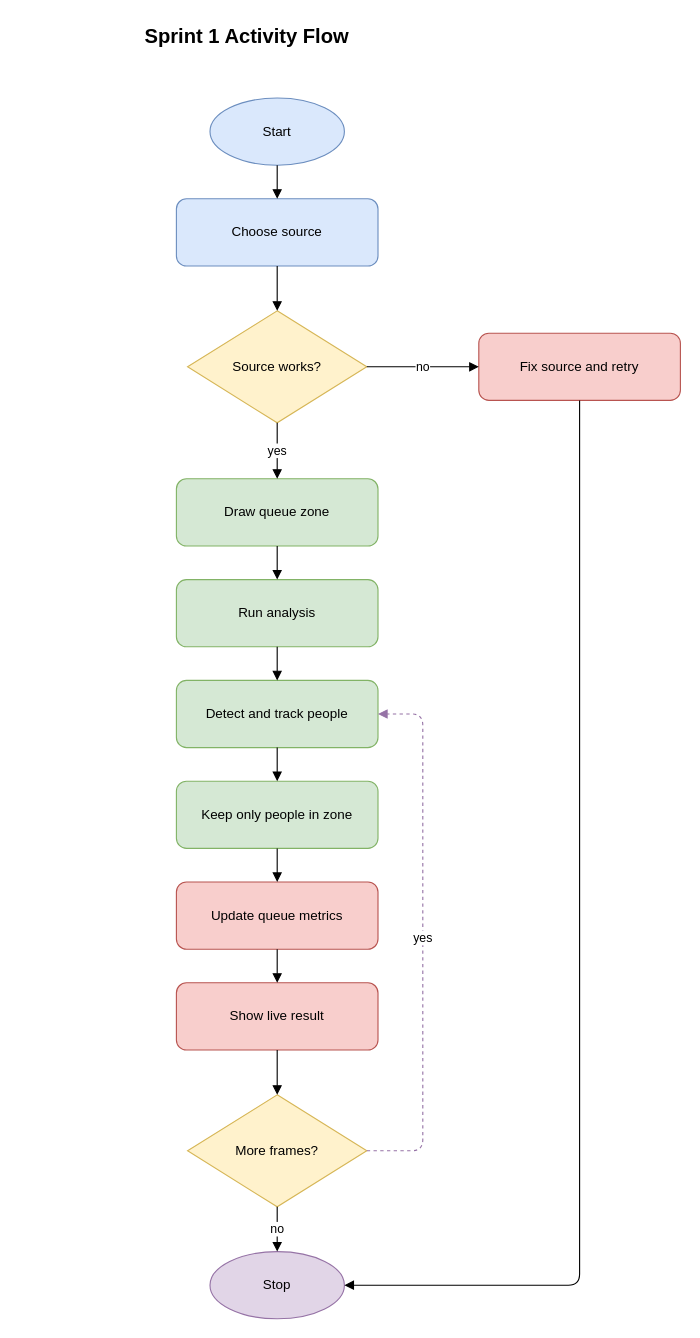
This is report-latex/figures/drawio/sprint1_activity.drawio from Salmen-BA21/Queue-Wait-Time-Estimation, a draw.io file, before an edit. Source tidied: cells renumbered, new cells numbered last; positions are measured from the earlier drawing's top-left corner, leaving out a move shared by most shapes. Both pictures are drawn from the tidied source at 112%, with x=0, y=0 at pixel (142, 19).
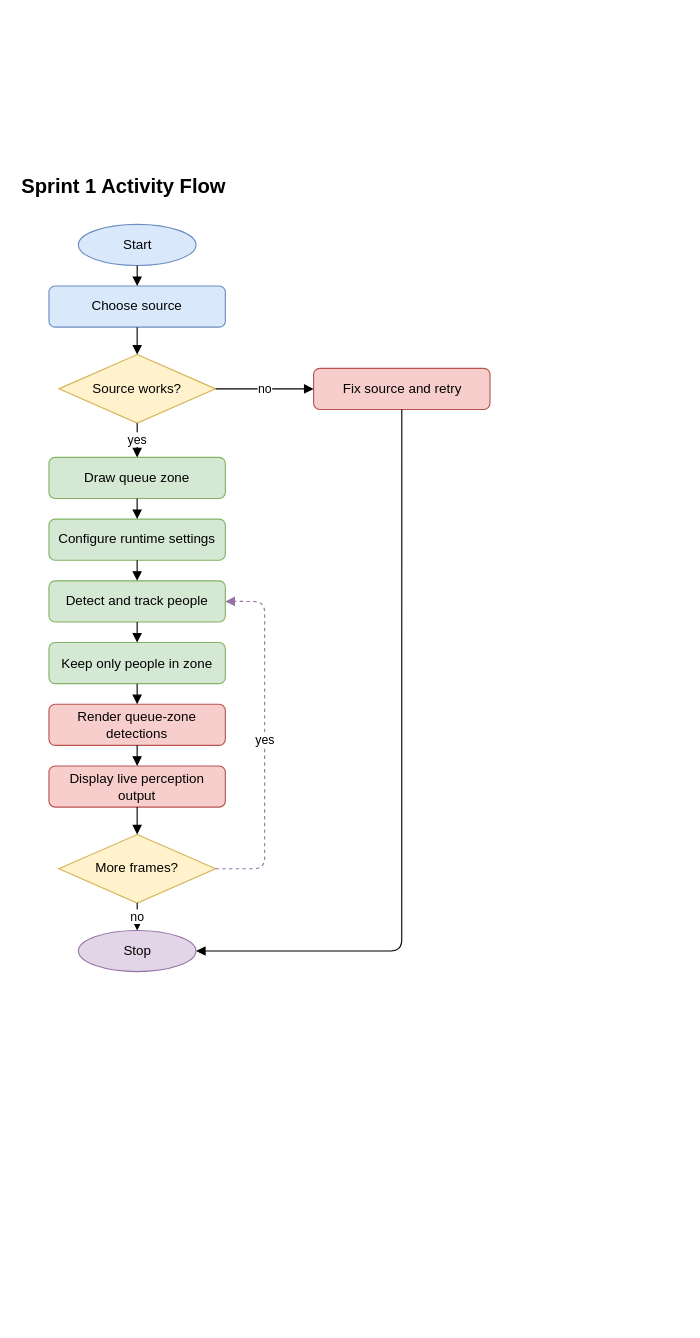
The same diagram, later.

Change to the diagram source:
```diff
@@
+    <mxCell id="28" style="group;" parent="1" vertex="1">
+      <mxGeometry x="-110" y="140" width="420" height="710" as="geometry" />
+    </mxCell>
-    <mxCell id="2" value="Sprint 1 Activity Flow" style="text;html=1;strokeColor=none;fillColor=none;align=left;verticalAlign=middle;fontStyle=1;fontSize=18;" parent="1" vertex="1">
-      <mxGeometry width="300" height="30" as="geometry" />
+    <mxCell id="2" value="Sprint 1 Activity Flow" style="text;html=1;strokeColor=none;fillColor=none;align=left;verticalAlign=middle;fontStyle=1;fontSize=18;" parent="28" vertex="1">
+      <mxGeometry width="262.5" height="18.4" as="geometry" />
     </mxCell>
-    <mxCell id="3" value="Start" style="ellipse;whiteSpace=wrap;html=1;fillColor=#dae8fc;strokeColor=#6c8ebf;" parent="1" vertex="1">
-      <mxGeometry x="60" y="70" width="120" height="60" as="geometry" />
+    <mxCell id="3" value="Start" style="ellipse;whiteSpace=wrap;html=1;fillColor=#dae8fc;strokeColor=#6c8ebf;" parent="28" vertex="1">
+      <mxGeometry x="52.5" y="42.8" width="105" height="36.7" as="geometry" />
     </mxCell>
-    <mxCell id="4" value="Choose source" style="rounded=1;whiteSpace=wrap;html=1;fillColor=#dae8fc;strokeColor=#6c8ebf;" parent="1" vertex="1">
-      <mxGeometry x="30" y="160" width="180" height="60" as="geometry" />
+    <mxCell id="4" value="Choose source" style="rounded=1;whiteSpace=wrap;html=1;fillColor=#dae8fc;strokeColor=#6c8ebf;" parent="28" vertex="1">
+      <mxGeometry x="26.2" y="97.9" width="157.5" height="36.7" as="geometry" />
     </mxCell>
-    <mxCell id="5" value="Source works?" style="rhombus;whiteSpace=wrap;html=1;fillColor=#fff2cc;strokeColor=#d6b656;" parent="1" vertex="1">
-      <mxGeometry x="40" y="260" width="160" height="100" as="geometry" />
+    <mxCell id="5" value="Source works?" style="rhombus;whiteSpace=wrap;html=1;fillColor=#fff2cc;strokeColor=#d6b656;" parent="28" vertex="1">
+      <mxGeometry x="35" y="159.1" width="140" height="61.2" as="geometry" />
     </mxCell>
-    <mxCell id="6" value="Draw queue zone" style="rounded=1;whiteSpace=wrap;html=1;fillColor=#d5e8d4;strokeColor=#82b366;" parent="1" vertex="1">
-      <mxGeometry x="30" y="410" width="180" height="60" as="geometry" />
+    <mxCell id="6" value="Draw queue zone" style="rounded=1;whiteSpace=wrap;html=1;fillColor=#d5e8d4;strokeColor=#82b366;" parent="28" vertex="1">
+      <mxGeometry x="26.2" y="250.9" width="157.5" height="36.7" as="geometry" />
     </mxCell>
-    <mxCell id="7" value="Run analysis" style="rounded=1;whiteSpace=wrap;html=1;fillColor=#d5e8d4;strokeColor=#82b366;" parent="1" vertex="1">
-      <mxGeometry x="30" y="500" width="180" height="60" as="geometry" />
+    <mxCell id="7" value="Configure runtime settings" style="rounded=1;whiteSpace=wrap;html=1;fillColor=#d5e8d4;strokeColor=#82b366;" parent="28" vertex="1">
+      <mxGeometry x="26.2" y="306" width="157.5" height="36.7" as="geometry" />
     </mxCell>
-    <mxCell id="8" value="Detect and track people" style="rounded=1;whiteSpace=wrap;html=1;fillColor=#d5e8d4;strokeColor=#82b366;" parent="1" vertex="1">
-      <mxGeometry x="30" y="590" width="180" height="60" as="geometry" />
+    <mxCell id="8" value="Detect and track people" style="rounded=1;whiteSpace=wrap;html=1;fillColor=#d5e8d4;strokeColor=#82b366;" parent="28" vertex="1">
+      <mxGeometry x="26.2" y="361.1" width="157.5" height="36.7" as="geometry" />
     </mxCell>
-    <mxCell id="9" value="Keep only people in zone" style="rounded=1;whiteSpace=wrap;html=1;fillColor=#d5e8d4;strokeColor=#82b366;" parent="1" vertex="1">
-      <mxGeometry x="30" y="680" width="180" height="60" as="geometry" />
+    <mxCell id="9" value="Keep only people in zone" style="rounded=1;whiteSpace=wrap;html=1;fillColor=#d5e8d4;strokeColor=#82b366;" parent="28" vertex="1">
+      <mxGeometry x="26.2" y="416.2" width="157.5" height="36.7" as="geometry" />
     </mxCell>
-    <mxCell id="10" value="Update queue metrics" style="rounded=1;whiteSpace=wrap;html=1;fillColor=#f8cecc;strokeColor=#b85450;" parent="1" vertex="1">
-      <mxGeometry x="30" y="770" width="180" height="60" as="geometry" />
+    <mxCell id="10" value="Render queue-zone detections" style="rounded=1;whiteSpace=wrap;html=1;fillColor=#f8cecc;strokeColor=#b85450;" parent="28" vertex="1">
+      <mxGeometry x="26.2" y="471.3" width="157.5" height="36.7" as="geometry" />
     </mxCell>
-    <mxCell id="11" value="Show live result" style="rounded=1;whiteSpace=wrap;html=1;fillColor=#f8cecc;strokeColor=#b85450;" parent="1" vertex="1">
-      <mxGeometry x="30" y="860" width="180" height="60" as="geometry" />
+    <mxCell id="11" value="Display live perception output" style="rounded=1;whiteSpace=wrap;html=1;fillColor=#f8cecc;strokeColor=#b85450;" parent="28" vertex="1">
+      <mxGeometry x="26.2" y="526.4" width="157.5" height="36.7" as="geometry" />
     </mxCell>
-    <mxCell id="12" value="More frames?" style="rhombus;whiteSpace=wrap;html=1;fillColor=#fff2cc;strokeColor=#d6b656;" parent="1" vertex="1">
-      <mxGeometry x="40" y="960" width="160" height="100" as="geometry" />
+    <mxCell id="12" value="More frames?" style="rhombus;whiteSpace=wrap;html=1;fillColor=#fff2cc;strokeColor=#d6b656;" parent="28" vertex="1">
+      <mxGeometry x="35" y="587.6" width="140" height="61.2" as="geometry" />
     </mxCell>
-    <mxCell id="13" value="Fix source and retry" style="rounded=1;whiteSpace=wrap;html=1;fillColor=#f8cecc;strokeColor=#b85450;" parent="1" vertex="1">
-      <mxGeometry x="300" y="280" width="180" height="60" as="geometry" />
+    <mxCell id="13" value="Fix source and retry" style="rounded=1;whiteSpace=wrap;html=1;fillColor=#f8cecc;strokeColor=#b85450;" parent="28" vertex="1">
+      <mxGeometry x="262.5" y="171.4" width="157.5" height="36.7" as="geometry" />
     </mxCell>
-    <mxCell id="14" value="Stop" style="ellipse;whiteSpace=wrap;html=1;fillColor=#e1d5e7;strokeColor=#9673a6;" parent="1" vertex="1">
-      <mxGeometry x="60" y="1100" width="120" height="60" as="geometry" />
+    <mxCell id="14" value="Stop" style="ellipse;whiteSpace=wrap;html=1;fillColor=#e1d5e7;strokeColor=#9673a6;" parent="28" vertex="1">
+      <mxGeometry x="52.5" y="673.3" width="105" height="36.7" as="geometry" />
     </mxCell>
-    <mxCell id="15" style="endArrow=block;html=1;" parent="1" edge="1" source="3" target="4">
+    <mxCell id="15" style="endArrow=block;html=1;" parent="28" edge="1" source="3" target="4">
       <mxGeometry relative="1" as="geometry" />
     </mxCell>
-    <mxCell id="16" style="endArrow=block;html=1;" parent="1" edge="1" source="4" target="5">
+    <mxCell id="16" style="endArrow=block;html=1;" parent="28" edge="1" source="4" target="5">
       <mxGeometry relative="1" as="geometry" />
     </mxCell>
-    <mxCell id="17" value="yes" style="endArrow=block;html=1;" parent="1" edge="1" source="5" target="6">
+    <mxCell id="17" value="yes" style="endArrow=block;html=1;" parent="28" edge="1" source="5" target="6">
       <mxGeometry relative="1" as="geometry" />
     </mxCell>
-    <mxCell id="18" value="no" style="endArrow=block;html=1;" parent="1" edge="1" source="5" target="13">
+    <mxCell id="18" value="no" style="endArrow=block;html=1;" parent="28" edge="1" source="5" target="13">
       <mxGeometry relative="1" as="geometry">
         <Array as="points">
-          <mxPoint x="270" y="310" />
+          <mxPoint x="236.2" y="189.7" />
         </Array>
       </mxGeometry>
     </mxCell>
-    <mxCell id="19" style="endArrow=block;html=1;" parent="1" edge="1" source="13" target="14">
+    <mxCell id="19" style="endArrow=block;html=1;" parent="28" edge="1" source="13" target="14">
       <mxGeometry relative="1" as="geometry">
         <Array as="points">
-          <mxPoint x="390" y="1130" />
+          <mxPoint x="341.2" y="691.6" />
         </Array>
       </mxGeometry>
     </mxCell>
-    <mxCell id="20" style="endArrow=block;html=1;" parent="1" edge="1" source="6" target="7">
+    <mxCell id="20" style="endArrow=block;html=1;" parent="28" edge="1" source="6" target="7">
       <mxGeometry relative="1" as="geometry" />
     </mxCell>
-    <mxCell id="21" style="endArrow=block;html=1;" parent="1" edge="1" source="7" target="8">
+    <mxCell id="21" style="endArrow=block;html=1;" parent="28" edge="1" source="7" target="8">
       <mxGeometry relative="1" as="geometry" />
     </mxCell>
-    <mxCell id="22" style="endArrow=block;html=1;" parent="1" edge="1" source="8" target="9">
+    <mxCell id="22" style="endArrow=block;html=1;" parent="28" edge="1" source="8" target="9">
       <mxGeometry relative="1" as="geometry" />
     </mxCell>
-    <mxCell id="23" style="endArrow=block;html=1;" parent="1" edge="1" source="9" target="10">
+    <mxCell id="23" style="endArrow=block;html=1;" parent="28" edge="1" source="9" target="10">
       <mxGeometry relative="1" as="geometry" />
     </mxCell>
-    <mxCell id="24" style="endArrow=block;html=1;" parent="1" edge="1" source="10" target="11">
+    <mxCell id="24" style="endArrow=block;html=1;" parent="28" edge="1" source="10" target="11">
       <mxGeometry relative="1" as="geometry" />
     </mxCell>
-    <mxCell id="25" style="endArrow=block;html=1;" parent="1" edge="1" source="11" target="12">
+    <mxCell id="25" style="endArrow=block;html=1;" parent="28" edge="1" source="11" target="12">
       <mxGeometry relative="1" as="geometry" />
     </mxCell>
-    <mxCell id="26" value="yes" style="endArrow=block;html=1;dashed=1;strokeColor=#9673a6;" parent="1" edge="1" source="12" target="8">
+    <mxCell id="26" value="yes" style="endArrow=block;html=1;dashed=1;strokeColor=#9673a6;" parent="28" edge="1" source="12" target="8">
       <mxGeometry relative="1" as="geometry">
         <Array as="points">
-          <mxPoint x="250" y="1010" />
-          <mxPoint x="250" y="620" />
+          <mxPoint x="218.8" y="618.2" />
+          <mxPoint x="218.8" y="379.5" />
         </Array>
       </mxGeometry>
     </mxCell>
-    <mxCell id="27" value="no" style="endArrow=block;html=1;" parent="1" edge="1" source="12" target="14">
+    <mxCell id="27" value="no" style="endArrow=block;html=1;" parent="28" edge="1" source="12" target="14">
       <mxGeometry relative="1" as="geometry" />
     </mxCell>
```
